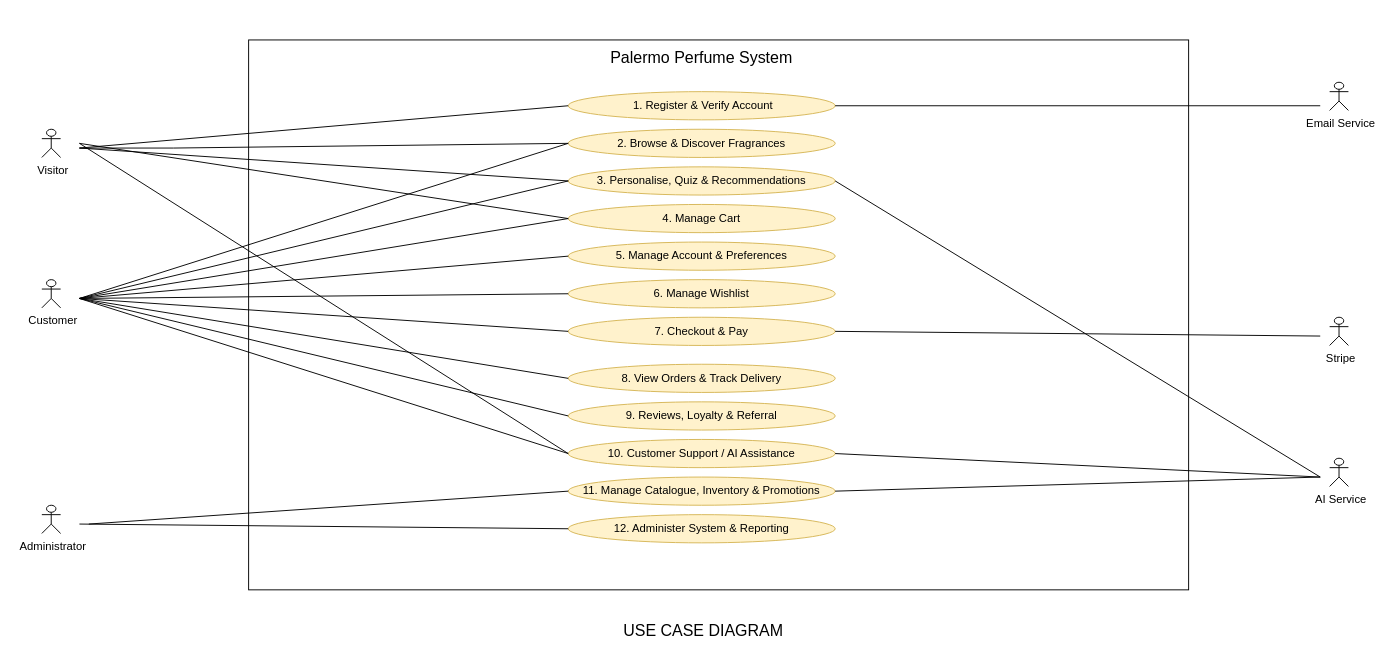
Before: docs/diagrams/report-src/use-case-diagram.drawio in Mel-18-Palermo/Palermo-Perfume-System, a draw.io diagram. Source tidied: cells renumbered, new cells numbered last; positions are measured from the earlier drawing's top-left corner, leaving out a move shared by most shapes. Both pictures are drawn from the tidied source at 94%, with x=0, y=0 at pixel (41, 39).
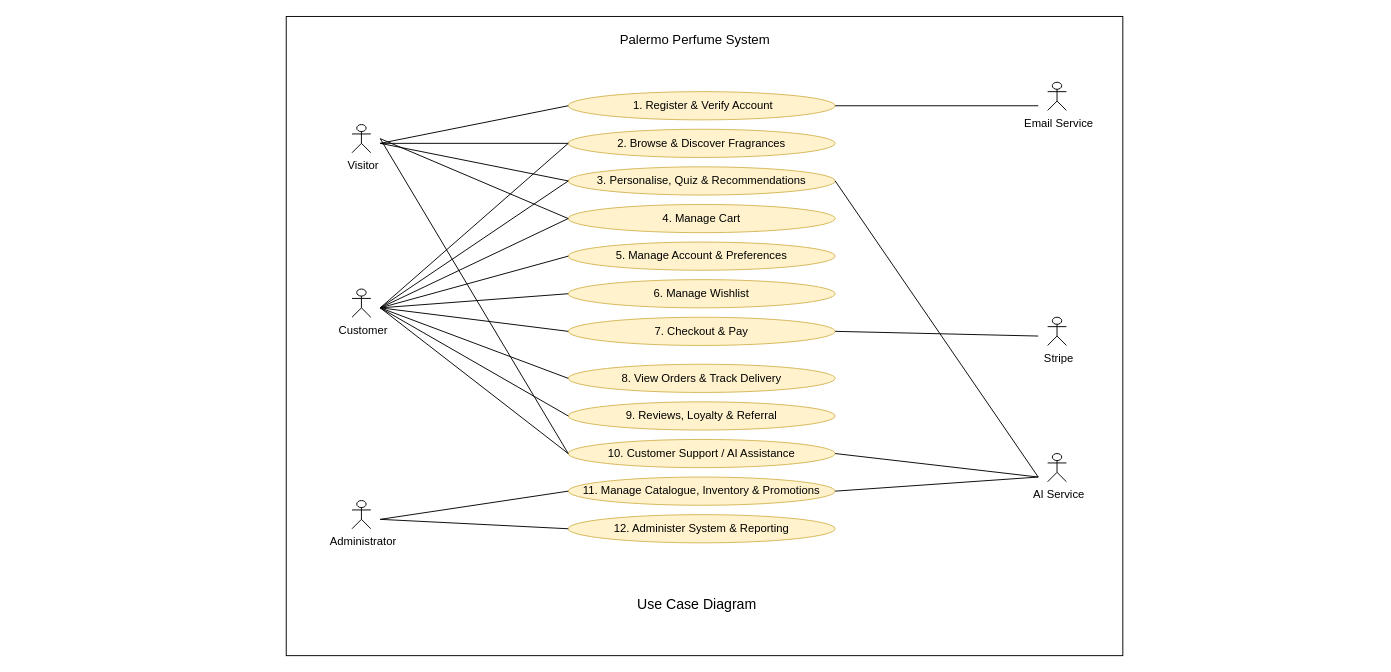
Above is the later version.

The change refers to these unchanged cells:
```xml
<mxCell id="4" value="3. Personalise, Quiz &amp;amp; Recommendations" style="ellipse;whiteSpace=wrap;html=1;fillColor=#fff2cc;strokeColor=#d6b656;" parent="1" vertex="1">
  <mxGeometry x="560" y="135" width="284" height="30" as="geometry" />
</mxCell>
<mxCell id="5" value="4. Manage Cart" style="ellipse;whiteSpace=wrap;html=1;fillColor=#fff2cc;strokeColor=#d6b656;" parent="1" vertex="1">
  <mxGeometry x="560" y="175" width="284" height="30" as="geometry" />
</mxCell>
<mxCell id="6" value="5. Manage Account &amp;amp; Preferences" style="ellipse;whiteSpace=wrap;html=1;fillColor=#fff2cc;strokeColor=#d6b656;" parent="1" vertex="1">
  <mxGeometry x="560" y="215" width="284" height="30" as="geometry" />
</mxCell>
<mxCell id="7" value="2. Browse &amp;amp; Discover Fragrances" style="ellipse;whiteSpace=wrap;html=1;fillColor=#fff2cc;strokeColor=#d6b656;" parent="1" vertex="1">
  <mxGeometry x="560" y="95" width="284" height="30" as="geometry" />
</mxCell>
<mxCell id="8" value="6. Manage Wishlist" style="ellipse;whiteSpace=wrap;html=1;fillColor=#fff2cc;strokeColor=#d6b656;" parent="1" vertex="1">
  <mxGeometry x="560" y="255" width="284" height="30" as="geometry" />
</mxCell>
<mxCell id="9" value="7. Checkout &amp;amp; Pay" style="ellipse;whiteSpace=wrap;html=1;fillColor=#fff2cc;strokeColor=#d6b656;" parent="1" vertex="1">
  <mxGeometry x="560" y="295" width="284" height="30" as="geometry" />
</mxCell>
<mxCell id="10" value="8. View Orders &amp;amp; Track Delivery" style="ellipse;whiteSpace=wrap;html=1;fillColor=#fff2cc;strokeColor=#d6b656;" parent="1" vertex="1">
  <mxGeometry x="560" y="345" width="284" height="30" as="geometry" />
</mxCell>
<mxCell id="11" value="9. Reviews, Loyalty &amp;amp; Referral" style="ellipse;whiteSpace=wrap;html=1;fillColor=#fff2cc;strokeColor=#d6b656;" parent="1" vertex="1">
  <mxGeometry x="560" y="385" width="284" height="30" as="geometry" />
</mxCell>
<mxCell id="12" value="10. Customer Support / AI Assistance" style="ellipse;whiteSpace=wrap;html=1;fillColor=#fff2cc;strokeColor=#d6b656;" parent="1" vertex="1">
  <mxGeometry x="560" y="425" width="284" height="30" as="geometry" />
</mxCell>
<mxCell id="13" value="11. Manage Catalogue, Inventory &amp;amp; Promotions" style="ellipse;whiteSpace=wrap;html=1;fillColor=#fff2cc;strokeColor=#d6b656;" parent="1" vertex="1">
  <mxGeometry x="560" y="465" width="284" height="30" as="geometry" />
</mxCell>
<mxCell id="14" value="12. Administer System &amp;amp; Reporting" style="ellipse;whiteSpace=wrap;html=1;fillColor=#fff2cc;strokeColor=#d6b656;" parent="1" vertex="1">
  <mxGeometry x="560" y="505" width="284" height="30" as="geometry" />
</mxCell>
<mxCell id="15" value="&amp;nbsp;1. Register &amp;amp; Verify Account" style="ellipse;whiteSpace=wrap;html=1;fillColor=#fff2cc;strokeColor=#d6b656;" parent="1" vertex="1">
  <mxGeometry x="560" y="55" width="284" height="30" as="geometry" />
</mxCell>
```

Diff of the diagram source:
```diff
@@
-    <mxCell id="3" style="rounded=0;whiteSpace=wrap;html=1;" parent="1" vertex="1">
-      <mxGeometry x="220" width="1000" height="585" as="geometry" />
-    </mxCell>
+    <mxCell id="45" style="rounded=0;whiteSpace=wrap;html=1;" parent="1" vertex="1">
+      <mxGeometry x="260" y="-25" width="890" height="680" as="geometry" />
+    </mxCell>
@@
-    <mxCell id="16" value="&lt;font style=&quot;font-size: 17px;&quot;&gt;Palermo Perfume System&lt;/font&gt;" style="text;html=1;whiteSpace=wrap;strokeColor=none;fillColor=none;align=center;verticalAlign=middle;rounded=0;" parent="1" vertex="1">
-      <mxGeometry x="567" y="5" width="270" height="30" as="geometry" />
+    <mxCell id="16" value="&lt;font style=&quot;font-size: 14px;&quot;&gt;Palermo Perfume System&lt;/font&gt;" style="text;html=1;whiteSpace=wrap;strokeColor=none;fillColor=none;align=center;verticalAlign=middle;rounded=0;" parent="1" vertex="1">
+      <mxGeometry x="560" y="-15" width="270" height="30" as="geometry" />
     </mxCell>
     <mxCell id="17" value="&amp;nbsp;Visitor" style="shape=umlActor;verticalLabelPosition=bottom;verticalAlign=top;html=1;" parent="1" vertex="1">
-      <mxGeometry y="95" width="20" height="30" as="geometry" />
+      <mxGeometry x="330" y="90" width="20" height="30" as="geometry" />
     </mxCell>
-    <mxCell id="18" style="endArrow=none;html=1;rounded=0;entryX=0;entryY=0.5;entryDx=0;entryDy=0;" parent="1" edge="1" target="15">
-      <mxGeometry relative="1" as="geometry">
-        <mxPoint x="40" y="115" as="sourcePoint" />
-      </mxGeometry>
-    </mxCell>
-    <mxCell id="19" style="endArrow=none;html=1;rounded=0;entryX=0;entryY=0.5;entryDx=0;entryDy=0;" parent="1" edge="1" target="7">
-      <mxGeometry relative="1" as="geometry">
-        <mxPoint x="40" y="115" as="sourcePoint" />
-        <Array as="points">
-          <mxPoint x="140" y="115" />
-        </Array>
-      </mxGeometry>
-    </mxCell>
-    <mxCell id="20" style="endArrow=none;html=1;rounded=0;entryX=0;entryY=0.5;entryDx=0;entryDy=0;" parent="1" edge="1" target="4">
-      <mxGeometry relative="1" as="geometry">
-        <mxPoint x="40" y="115" as="sourcePoint" />
-      </mxGeometry>
-    </mxCell>
+    <mxCell id="46" style="endArrow=none;html=1;rounded=0;entryX=0;entryY=0.5;entryDx=0;entryDy=0;" parent="1" edge="1" target="15">
+      <mxGeometry relative="1" as="geometry">
+        <mxPoint x="360" y="110" as="sourcePoint" />
+      </mxGeometry>
+    </mxCell>
+    <mxCell id="47" style="endArrow=none;html=1;rounded=0;entryX=0;entryY=0.5;entryDx=0;entryDy=0;" parent="1" edge="1" target="7">
+      <mxGeometry relative="1" as="geometry">
+        <mxPoint x="360" y="110" as="sourcePoint" />
+      </mxGeometry>
+    </mxCell>
+    <mxCell id="48" style="endArrow=none;html=1;rounded=0;entryX=0;entryY=0.5;entryDx=0;entryDy=0;" parent="1" edge="1" target="4">
+      <mxGeometry relative="1" as="geometry">
+        <mxPoint x="360" y="110" as="sourcePoint" />
+      </mxGeometry>
+    </mxCell>
     <mxCell id="21" value="&amp;nbsp;Customer" style="shape=umlActor;verticalLabelPosition=bottom;verticalAlign=top;html=1;" parent="1" vertex="1">
-      <mxGeometry y="255" width="20" height="30" as="geometry" />
+      <mxGeometry x="330" y="265" width="20" height="30" as="geometry" />
     </mxCell>
-    <mxCell id="22" style="endArrow=none;html=1;rounded=0;entryX=0;entryY=0.5;entryDx=0;entryDy=0;" parent="1" edge="1" target="5">
-      <mxGeometry relative="1" as="geometry">
-        <mxPoint x="40" y="275" as="sourcePoint" />
-      </mxGeometry>
-    </mxCell>
-    <mxCell id="23" style="endArrow=none;html=1;rounded=0;entryX=0;entryY=0.5;entryDx=0;entryDy=0;" parent="1" edge="1" target="6">
-      <mxGeometry relative="1" as="geometry">
-        <mxPoint x="40" y="275" as="sourcePoint" />
-      </mxGeometry>
-    </mxCell>
-    <mxCell id="24" style="endArrow=none;html=1;rounded=0;entryX=0;entryY=0.5;entryDx=0;entryDy=0;" parent="1" edge="1" target="8">
-      <mxGeometry relative="1" as="geometry">
-        <mxPoint x="40" y="275" as="sourcePoint" />
-      </mxGeometry>
-    </mxCell>
-    <mxCell id="25" style="endArrow=none;html=1;rounded=0;entryX=0;entryY=0.5;entryDx=0;entryDy=0;" parent="1" edge="1" target="9">
-      <mxGeometry relative="1" as="geometry">
-        <mxPoint x="40" y="275" as="sourcePoint" />
-      </mxGeometry>
-    </mxCell>
-    <mxCell id="26" style="endArrow=none;html=1;rounded=0;entryX=0;entryY=0.5;entryDx=0;entryDy=0;" parent="1" edge="1" target="10">
-      <mxGeometry relative="1" as="geometry">
-        <mxPoint x="40" y="275" as="sourcePoint" />
-      </mxGeometry>
-    </mxCell>
-    <mxCell id="27" style="endArrow=none;html=1;rounded=0;entryX=0;entryY=0.5;entryDx=0;entryDy=0;" parent="1" edge="1" target="11">
-      <mxGeometry relative="1" as="geometry">
-        <mxPoint x="40" y="275" as="sourcePoint" />
-      </mxGeometry>
-    </mxCell>
-    <mxCell id="28" style="endArrow=none;html=1;rounded=0;entryX=0;entryY=0.5;entryDx=0;entryDy=0;" parent="1" edge="1" target="12">
-      <mxGeometry relative="1" as="geometry">
-        <mxPoint x="40" y="275" as="sourcePoint" />
-      </mxGeometry>
-    </mxCell>
+    <mxCell id="49" style="endArrow=none;html=1;rounded=0;entryX=0;entryY=0.5;entryDx=0;entryDy=0;" parent="1" edge="1" target="5">
+      <mxGeometry relative="1" as="geometry">
+        <mxPoint x="360" y="285" as="sourcePoint" />
+      </mxGeometry>
+    </mxCell>
+    <mxCell id="50" style="endArrow=none;html=1;rounded=0;entryX=0;entryY=0.5;entryDx=0;entryDy=0;" parent="1" edge="1" target="6">
+      <mxGeometry relative="1" as="geometry">
+        <mxPoint x="360" y="285" as="sourcePoint" />
+      </mxGeometry>
+    </mxCell>
+    <mxCell id="51" style="endArrow=none;html=1;rounded=0;entryX=0;entryY=0.5;entryDx=0;entryDy=0;" parent="1" edge="1" target="8">
+      <mxGeometry relative="1" as="geometry">
+        <mxPoint x="360" y="285" as="sourcePoint" />
+      </mxGeometry>
+    </mxCell>
+    <mxCell id="52" style="endArrow=none;html=1;rounded=0;entryX=0;entryY=0.5;entryDx=0;entryDy=0;" parent="1" edge="1" target="9">
+      <mxGeometry relative="1" as="geometry">
+        <mxPoint x="360" y="285" as="sourcePoint" />
+      </mxGeometry>
+    </mxCell>
+    <mxCell id="53" style="endArrow=none;html=1;rounded=0;entryX=0;entryY=0.5;entryDx=0;entryDy=0;" parent="1" edge="1" target="10">
+      <mxGeometry relative="1" as="geometry">
+        <mxPoint x="360" y="285" as="sourcePoint" />
+      </mxGeometry>
+    </mxCell>
+    <mxCell id="54" style="endArrow=none;html=1;rounded=0;entryX=0;entryY=0.5;entryDx=0;entryDy=0;" parent="1" edge="1" target="11">
+      <mxGeometry relative="1" as="geometry">
+        <mxPoint x="360" y="285" as="sourcePoint" />
+      </mxGeometry>
+    </mxCell>
+    <mxCell id="55" style="endArrow=none;html=1;rounded=0;entryX=0;entryY=0.5;entryDx=0;entryDy=0;" parent="1" edge="1" target="12">
+      <mxGeometry relative="1" as="geometry">
+        <mxPoint x="360" y="285" as="sourcePoint" />
+      </mxGeometry>
+    </mxCell>
     <mxCell id="29" value="&amp;nbsp;Administrator" style="shape=umlActor;verticalLabelPosition=bottom;verticalAlign=top;html=1;" parent="1" vertex="1">
-      <mxGeometry y="495" width="20" height="30" as="geometry" />
+      <mxGeometry x="330" y="490" width="20" height="30" as="geometry" />
     </mxCell>
-    <mxCell id="30" style="endArrow=none;html=1;rounded=0;entryX=0;entryY=0.5;entryDx=0;entryDy=0;" parent="1" edge="1" target="13">
-      <mxGeometry relative="1" as="geometry">
-        <mxPoint x="50" y="515" as="sourcePoint" />
-      </mxGeometry>
-    </mxCell>
-    <mxCell id="31" style="endArrow=none;html=1;rounded=0;entryX=0;entryY=0.5;entryDx=0;entryDy=0;" parent="1" edge="1" target="14">
-      <mxGeometry relative="1" as="geometry">
-        <mxPoint x="40" y="515" as="sourcePoint" />
-      </mxGeometry>
-    </mxCell>
+    <mxCell id="56" style="endArrow=none;html=1;rounded=0;entryX=0;entryY=0.5;entryDx=0;entryDy=0;" parent="1" edge="1" target="13">
+      <mxGeometry relative="1" as="geometry">
+        <mxPoint x="360" y="510" as="sourcePoint" />
+      </mxGeometry>
+    </mxCell>
+    <mxCell id="57" style="endArrow=none;html=1;rounded=0;entryX=0;entryY=0.5;entryDx=0;entryDy=0;" parent="1" edge="1" target="14">
+      <mxGeometry relative="1" as="geometry">
+        <mxPoint x="360" y="510" as="sourcePoint" />
+      </mxGeometry>
+    </mxCell>
     <mxCell id="32" value="&amp;nbsp;Email Service" style="shape=umlActor;verticalLabelPosition=bottom;verticalAlign=top;html=1;" parent="1" vertex="1">
-      <mxGeometry x="1370" y="45" width="20" height="30" as="geometry" />
+      <mxGeometry x="1070" y="45" width="20" height="30" as="geometry" />
     </mxCell>
-    <mxCell id="33" style="endArrow=none;html=1;rounded=0;exitX=1;exitY=0.5;exitDx=0;exitDy=0;" parent="1" edge="1" source="15">
-      <mxGeometry relative="1" as="geometry">
-        <mxPoint x="1360" y="70" as="targetPoint" />
-      </mxGeometry>
-    </mxCell>
+    <mxCell id="58" style="endArrow=none;html=1;rounded=0;exitX=1;exitY=0.5;exitDx=0;exitDy=0;" parent="1" edge="1" source="15">
+      <mxGeometry relative="1" as="geometry">
+        <mxPoint x="1060" y="70" as="targetPoint" />
+      </mxGeometry>
+    </mxCell>
     <mxCell id="34" value="&amp;nbsp;Stripe" style="shape=umlActor;verticalLabelPosition=bottom;verticalAlign=top;html=1;" parent="1" vertex="1">
-      <mxGeometry x="1370" y="295" width="20" height="30" as="geometry" />
+      <mxGeometry x="1070" y="295" width="20" height="30" as="geometry" />
     </mxCell>
-    <mxCell id="35" style="endArrow=none;html=1;rounded=0;exitX=1;exitY=0.5;exitDx=0;exitDy=0;" parent="1" edge="1" source="9">
-      <mxGeometry relative="1" as="geometry">
-        <mxPoint x="1360" y="315" as="targetPoint" />
-      </mxGeometry>
-    </mxCell>
+    <mxCell id="59" style="endArrow=none;html=1;rounded=0;exitX=1;exitY=0.5;exitDx=0;exitDy=0;" parent="1" edge="1" source="9">
+      <mxGeometry relative="1" as="geometry">
+        <mxPoint x="1060" y="315" as="targetPoint" />
+      </mxGeometry>
+    </mxCell>
     <mxCell id="36" value="&amp;nbsp;AI Service" style="shape=umlActor;verticalLabelPosition=bottom;verticalAlign=top;html=1;" parent="1" vertex="1">
-      <mxGeometry x="1370" y="445" width="20" height="30" as="geometry" />
+      <mxGeometry x="1070" y="440" width="20" height="30" as="geometry" />
     </mxCell>
-    <mxCell id="37" style="endArrow=none;html=1;rounded=0;exitX=1;exitY=0.5;exitDx=0;exitDy=0;" parent="1" edge="1" source="12">
-      <mxGeometry relative="1" as="geometry">
-        <mxPoint x="1360" y="465" as="targetPoint" />
-      </mxGeometry>
-    </mxCell>
-    <mxCell id="38" style="endArrow=none;html=1;rounded=0;exitX=1;exitY=0.5;exitDx=0;exitDy=0;" parent="1" edge="1" source="13">
-      <mxGeometry relative="1" as="geometry">
-        <mxPoint x="1360" y="465" as="targetPoint" />
-      </mxGeometry>
-    </mxCell>
-    <mxCell id="39" value="&lt;font style=&quot;font-size: 17px;&quot;&gt;USE CASE DIAGRAM&lt;/font&gt;" style="text;html=1;whiteSpace=wrap;strokeColor=none;fillColor=none;align=center;verticalAlign=middle;rounded=0;" parent="1" vertex="1">
-      <mxGeometry x="602" y="615" width="204" height="30" as="geometry" />
-    </mxCell>
-    <mxCell id="40" style="endArrow=none;html=1;rounded=0;entryX=1;entryY=0.5;entryDx=0;entryDy=0;" parent="1" edge="1" target="4">
-      <mxGeometry relative="1" as="geometry">
-        <mxPoint x="1360" y="465" as="sourcePoint" />
-      </mxGeometry>
-    </mxCell>
-    <mxCell id="41" style="endArrow=none;html=1;rounded=0;entryX=0;entryY=0.5;entryDx=0;entryDy=0;" parent="1" edge="1" target="4">
-      <mxGeometry relative="1" as="geometry">
-        <mxPoint x="40" y="275" as="sourcePoint" />
-      </mxGeometry>
-    </mxCell>
-    <mxCell id="42" style="endArrow=none;html=1;rounded=0;entryX=0;entryY=0.5;entryDx=0;entryDy=0;" parent="1" edge="1" target="7">
-      <mxGeometry relative="1" as="geometry">
-        <mxPoint x="40" y="275" as="sourcePoint" />
-      </mxGeometry>
-    </mxCell>
-    <mxCell id="43" style="endArrow=none;html=1;rounded=0;entryX=0;entryY=0.5;entryDx=0;entryDy=0;" parent="1" edge="1" target="5">
-      <mxGeometry relative="1" as="geometry">
-        <mxPoint x="40" y="110" as="sourcePoint" />
-      </mxGeometry>
-    </mxCell>
-    <mxCell id="44" style="endArrow=none;html=1;rounded=0;entryX=0;entryY=0.5;entryDx=0;entryDy=0;" parent="1" edge="1" target="12">
-      <mxGeometry relative="1" as="geometry">
-        <mxPoint x="40" y="110" as="sourcePoint" />
-      </mxGeometry>
-    </mxCell>
+    <mxCell id="60" style="endArrow=none;html=1;rounded=0;exitX=1;exitY=0.5;exitDx=0;exitDy=0;" parent="1" edge="1" source="12">
+      <mxGeometry relative="1" as="geometry">
+        <mxPoint x="1060" y="465" as="targetPoint" />
+      </mxGeometry>
+    </mxCell>
+    <mxCell id="61" style="endArrow=none;html=1;rounded=0;exitX=1;exitY=0.5;exitDx=0;exitDy=0;" parent="1" edge="1" source="13">
+      <mxGeometry relative="1" as="geometry">
+        <mxPoint x="1060" y="465" as="targetPoint" />
+      </mxGeometry>
+    </mxCell>
+    <mxCell id="62" value="&lt;span style=&quot;font-size: 15px;&quot;&gt;&amp;nbsp;Use Case Diagram&lt;/span&gt;" style="text;html=1;whiteSpace=wrap;strokeColor=none;fillColor=none;align=center;verticalAlign=middle;rounded=0;" parent="1" vertex="1">
+      <mxGeometry x="593" y="585" width="204" height="30" as="geometry" />
+    </mxCell>
+    <mxCell id="63" style="endArrow=none;html=1;rounded=0;entryX=1;entryY=0.5;entryDx=0;entryDy=0;" parent="1" edge="1" target="4">
+      <mxGeometry relative="1" as="geometry">
+        <mxPoint x="1060" y="465" as="sourcePoint" />
+      </mxGeometry>
+    </mxCell>
+    <mxCell id="64" style="endArrow=none;html=1;rounded=0;entryX=0;entryY=0.5;entryDx=0;entryDy=0;" parent="1" edge="1" target="4">
+      <mxGeometry relative="1" as="geometry">
+        <mxPoint x="360" y="285" as="sourcePoint" />
+      </mxGeometry>
+    </mxCell>
+    <mxCell id="65" style="endArrow=none;html=1;rounded=0;entryX=0;entryY=0.5;entryDx=0;entryDy=0;" parent="1" edge="1" target="7">
+      <mxGeometry relative="1" as="geometry">
+        <mxPoint x="360" y="285" as="sourcePoint" />
+      </mxGeometry>
+    </mxCell>
+    <mxCell id="66" style="endArrow=none;html=1;rounded=0;entryX=0;entryY=0.5;entryDx=0;entryDy=0;" parent="1" edge="1" target="5">
+      <mxGeometry relative="1" as="geometry">
+        <mxPoint x="360" y="105" as="sourcePoint" />
+      </mxGeometry>
+    </mxCell>
+    <mxCell id="67" style="endArrow=none;html=1;rounded=0;entryX=0;entryY=0.5;entryDx=0;entryDy=0;" parent="1" edge="1" target="12">
+      <mxGeometry relative="1" as="geometry">
+        <mxPoint x="360" y="105" as="sourcePoint" />
+      </mxGeometry>
+    </mxCell>
```
